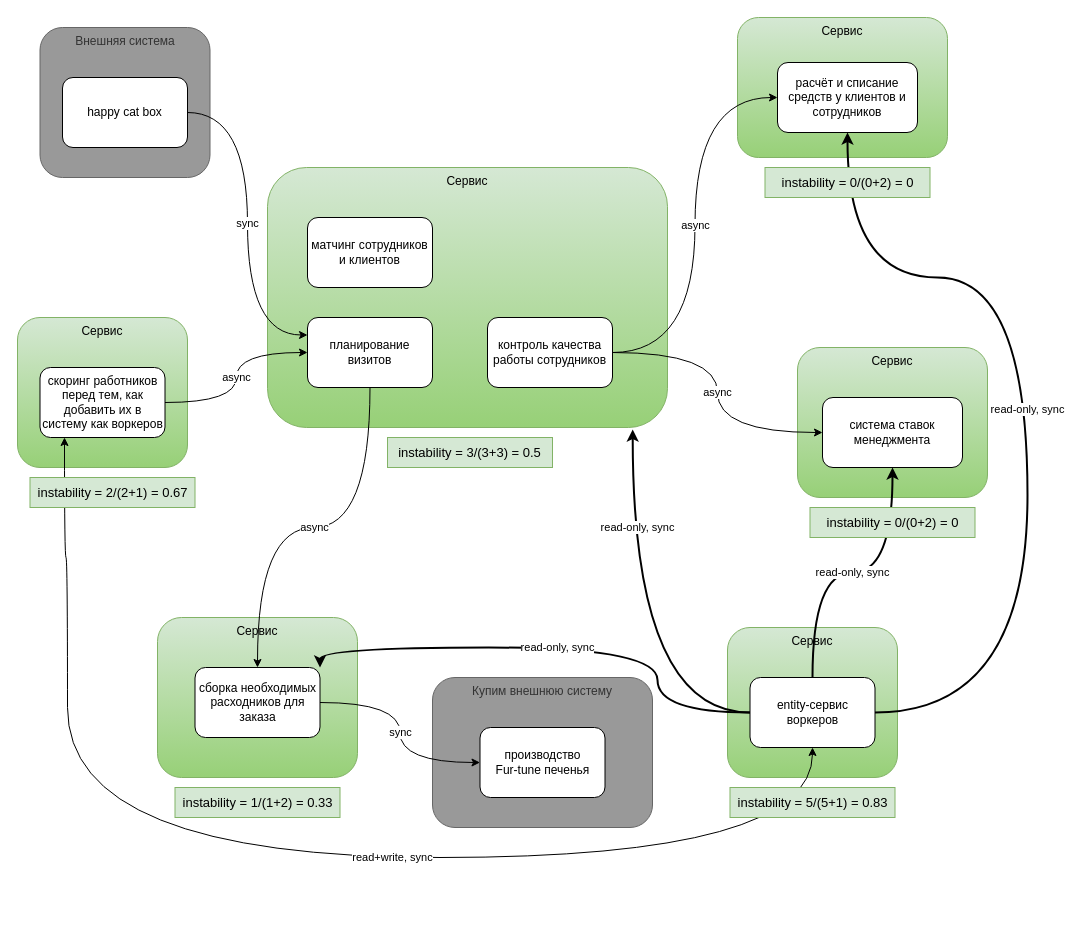
Earlier version of the draw.io diagram 4_Model_3.drawio (jnzz/MCF). Source tidied: cells renumbered, new cells numbered last; positions are measured from the earlier drawing's top-left corner, leaving out a move shared by most shapes. Both pictures are drawn from the tidied source at 100%, with x=0, y=0 at pixel (17, 17).
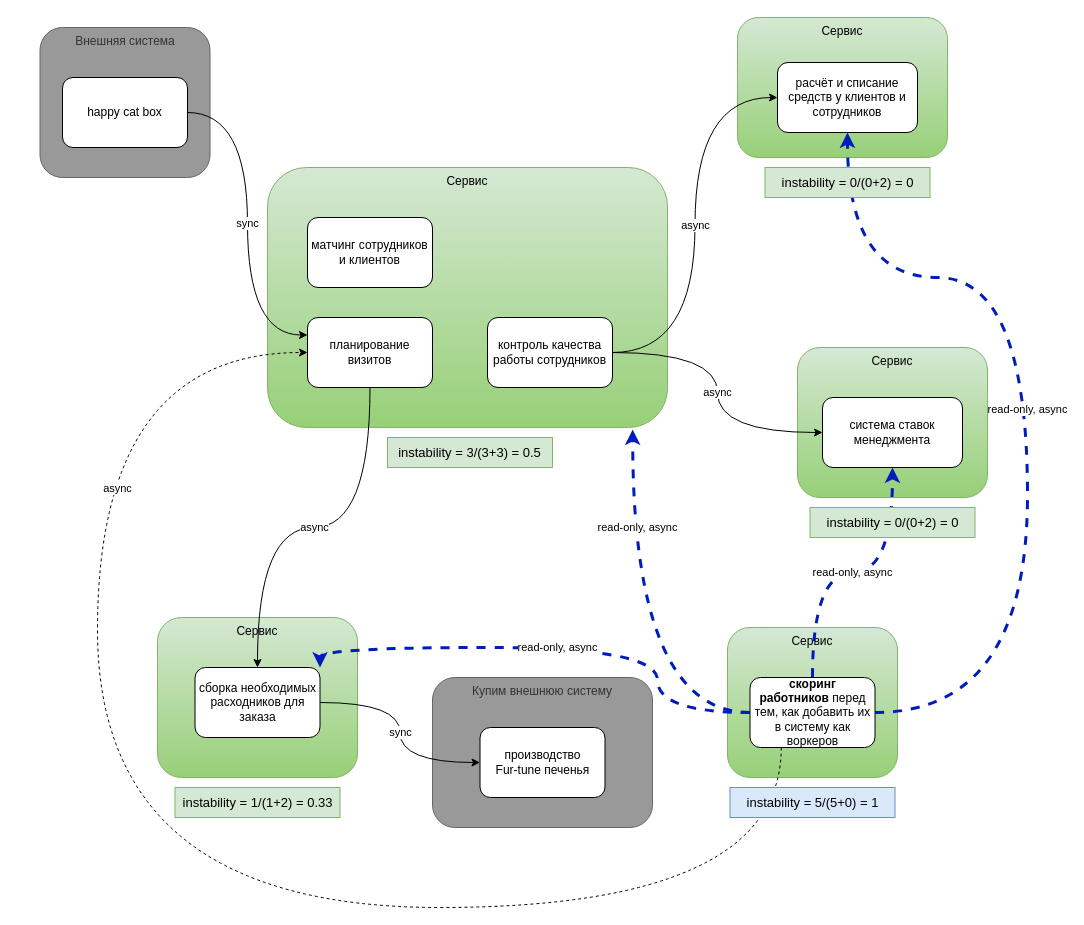
Above is the later version.

Unchanged cells that the change refers to:
```xml
<mxCell id="2" value="Сервис" style="rounded=1;whiteSpace=wrap;html=1;fillColor=#d5e8d4;strokeColor=#82b366;verticalAlign=top;gradientColor=#97d077;" parent="1" vertex="1">
  <mxGeometry x="250" y="150" width="400" height="260" as="geometry" />
</mxCell>
<mxCell id="10" value="расчёт и списание средств у клиентов и сотрудников" style="rounded=1;whiteSpace=wrap;html=1;" parent="1" vertex="1">
  <mxGeometry x="760" y="45" width="140" height="70" as="geometry" />
</mxCell>
<mxCell id="11" value="система ставок менеджмента" style="rounded=1;whiteSpace=wrap;html=1;" parent="1" vertex="1">
  <mxGeometry x="805" y="380" width="140" height="70" as="geometry" />
</mxCell>
<mxCell id="16" value="сборка необходимых расходников для заказа" style="rounded=1;whiteSpace=wrap;html=1;" parent="1" vertex="1">
  <mxGeometry x="177.5" y="650" width="125" height="70" as="geometry" />
</mxCell>
<mxCell id="23" value="планирование визитов" style="rounded=1;whiteSpace=wrap;html=1;" parent="1" vertex="1">
  <mxGeometry x="290" y="300" width="125" height="70" as="geometry" />
</mxCell>
```

The edit, as a diff of the source:
```diff
@@
-    <mxCell id="4" value="Сервис" style="rounded=1;whiteSpace=wrap;html=1;fillColor=#d5e8d4;strokeColor=#82b366;verticalAlign=top;gradientColor=#97d077;" parent="1" vertex="1">
-      <mxGeometry y="300" width="170" height="150" as="geometry" />
-    </mxCell>
@@
-    <mxCell id="12" value="read-only, sync" style="edgeStyle=orthogonalEdgeStyle;rounded=0;jettySize=auto;html=1;curved=1;strokeWidth=2;" parent="1" edge="1" source="14" target="11">
+    <mxCell id="12" value="read-only, async" style="edgeStyle=orthogonalEdgeStyle;rounded=0;jettySize=auto;html=1;curved=1;strokeWidth=3;dashed=1;fillColor=#0050ef;strokeColor=#001DBC;" parent="1" edge="1" source="14" target="11">
       <mxGeometry relative="1" as="geometry" />
     </mxCell>
-    <mxCell id="13" value="read-only, sync" style="edgeStyle=orthogonalEdgeStyle;rounded=0;jettySize=auto;html=1;curved=1;strokeWidth=2;entryX=1;entryY=0;entryDx=0;entryDy=0;" parent="1" edge="1" source="14" target="16">
+    <mxCell id="13" value="read-only, async" style="edgeStyle=orthogonalEdgeStyle;rounded=0;jettySize=auto;html=1;curved=1;strokeWidth=3;entryX=1;entryY=0;entryDx=0;entryDy=0;dashed=1;fillColor=#0050ef;strokeColor=#001DBC;" parent="1" edge="1" source="14" target="16">
       <mxGeometry relative="1" as="geometry">
         <Array as="points">
           <mxPoint x="640" y="695" />
           <mxPoint x="640" y="630" />
           <mxPoint x="303" y="630" />
         </Array>
       </mxGeometry>
     </mxCell>
-    <mxCell id="14" value="entity-сервис воркеров" style="rounded=1;whiteSpace=wrap;html=1;" parent="1" vertex="1">
+    <mxCell id="14" value="&lt;b&gt;скоринг работников&amp;nbsp;&lt;/b&gt;перед тем, как добавить их в систему как воркеров" style="rounded=1;whiteSpace=wrap;html=1;" parent="1" vertex="1">
       <mxGeometry x="732.5" y="660" width="125" height="70" as="geometry" />
     </mxCell>
@@
-    <mxCell id="17" value="async" style="edgeStyle=orthogonalEdgeStyle;rounded=0;jettySize=auto;html=1;entryX=0;entryY=0.5;entryDx=0;entryDy=0;curved=1;" parent="1" edge="1" source="18" target="23">
-      <mxGeometry relative="1" as="geometry" />
+    <mxCell id="17" value="async" style="edgeStyle=orthogonalEdgeStyle;rounded=0;jettySize=auto;html=1;entryX=0;entryY=0.5;entryDx=0;entryDy=0;curved=1;exitX=0.25;exitY=1;exitDx=0;exitDy=0;dashed=1;" parent="1" edge="1" source="14" target="23">
+      <mxGeometry x="0.57" y="-20" relative="1" as="geometry">
+        <Array as="points">
+          <mxPoint x="764" y="890" />
+          <mxPoint x="80" y="890" />
+          <mxPoint x="80" y="335" />
+        </Array>
+      </mxGeometry>
     </mxCell>
-    <mxCell id="18" value="скоринг работников перед тем, как добавить их в систему как воркеров" style="rounded=1;whiteSpace=wrap;html=1;" parent="1" vertex="1">
-      <mxGeometry x="22.5" y="350" width="125" height="70" as="geometry" />
-    </mxCell>
@@
-    <mxCell id="28" value="read-only, sync" style="edgeStyle=orthogonalEdgeStyle;rounded=0;jettySize=auto;html=1;curved=1;strokeWidth=2;exitX=1;exitY=0.5;exitDx=0;exitDy=0;" parent="1" edge="1" source="14" target="10">
+    <mxCell id="28" value="read-only, async" style="edgeStyle=orthogonalEdgeStyle;rounded=0;jettySize=auto;html=1;curved=1;strokeWidth=3;exitX=1;exitY=0.5;exitDx=0;exitDy=0;dashed=1;fillColor=#0050ef;strokeColor=#001DBC;" parent="1" edge="1" source="14" target="10">
       <mxGeometry relative="1" as="geometry">
         <Array as="points">
           <mxPoint x="1010" y="695" />
           <mxPoint x="1010" y="260" />
           <mxPoint x="830" y="260" />
         </Array>
       </mxGeometry>
     </mxCell>
-    <mxCell id="29" value="read-only, sync" style="edgeStyle=orthogonalEdgeStyle;rounded=0;jettySize=auto;html=1;entryX=0.913;entryY=1.008;entryDx=0;entryDy=0;entryPerimeter=0;curved=1;strokeWidth=2;exitX=0;exitY=0.5;exitDx=0;exitDy=0;" parent="1" edge="1" source="14" target="2">
+    <mxCell id="29" value="read-only, async" style="edgeStyle=orthogonalEdgeStyle;rounded=0;jettySize=auto;html=1;entryX=0.913;entryY=1.008;entryDx=0;entryDy=0;entryPerimeter=0;curved=1;strokeWidth=3;exitX=0;exitY=0.5;exitDx=0;exitDy=0;dashed=1;fillColor=#0050ef;strokeColor=#001DBC;" parent="1" edge="1" source="14" target="2">
       <mxGeometry x="0.51" y="-5" relative="1" as="geometry" />
     </mxCell>
-    <mxCell id="30" value="read+write, sync" style="edgeStyle=orthogonalEdgeStyle;rounded=0;jettySize=auto;html=1;entryX=0.5;entryY=1;entryDx=0;entryDy=0;curved=1;startArrow=classic;startFill=1;exitX=0.196;exitY=1;exitDx=0;exitDy=0;exitPerimeter=0;" parent="1" edge="1" source="18" target="14">
-      <mxGeometry x="0.17" relative="1" as="geometry">
-        <Array as="points">
-          <mxPoint x="47" y="540" />
-          <mxPoint x="50" y="540" />
-          <mxPoint x="50" y="840" />
-          <mxPoint x="795" y="840" />
-        </Array>
-      </mxGeometry>
-    </mxCell>
-    <mxCell id="31" value="instability = 5/(5+1) = 0.83" style="text;html=1;align=center;verticalAlign=middle;whiteSpace=wrap;rounded=0;fontSize=13;fillColor=#d5e8d4;strokeColor=#82b366;" parent="1" vertex="1">
+    <mxCell id="31" value="instability = 5/(5+0) = 1" style="text;html=1;align=center;verticalAlign=middle;whiteSpace=wrap;rounded=0;fontSize=13;fillColor=#dae8fc;strokeColor=#6c8ebf;" parent="1" vertex="1">
       <mxGeometry x="712.5" y="770" width="165" height="30" as="geometry" />
     </mxCell>
-    <mxCell id="32" value="instability = 2/(2+1) = 0.67" style="text;html=1;align=center;verticalAlign=middle;whiteSpace=wrap;rounded=0;fontSize=13;fillColor=#d5e8d4;strokeColor=#82b366;" parent="1" vertex="1">
-      <mxGeometry x="12.5" y="460" width="165" height="30" as="geometry" />
-    </mxCell>
```
